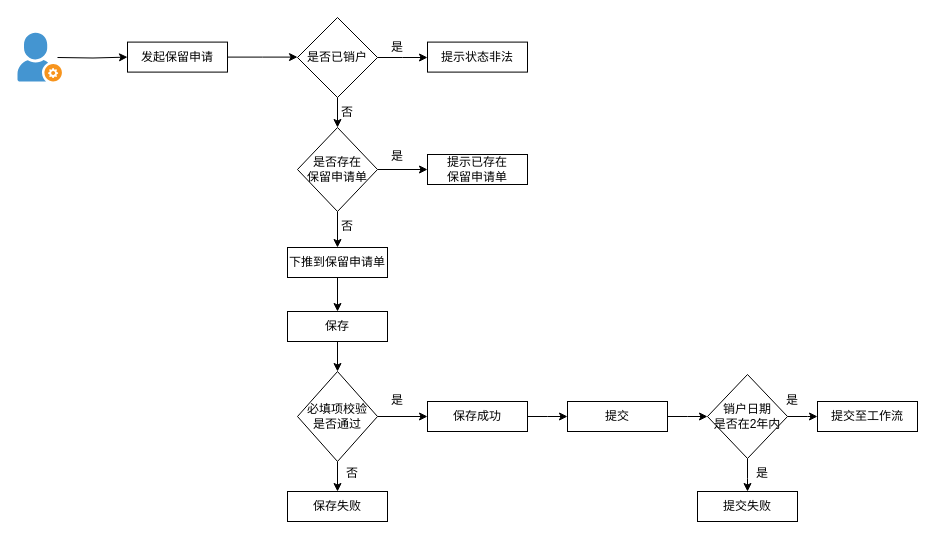
Above: dormant.drawio in Alphathur/diagram (draw.io), before the change. Source tidied: cells renumbered, new cells numbered last; positions are measured from the earlier drawing's top-left corner, leaving out a move shared by most shapes. Both pictures are drawn from the tidied source at 100%, with x=0, y=0 at pixel (17, 17).
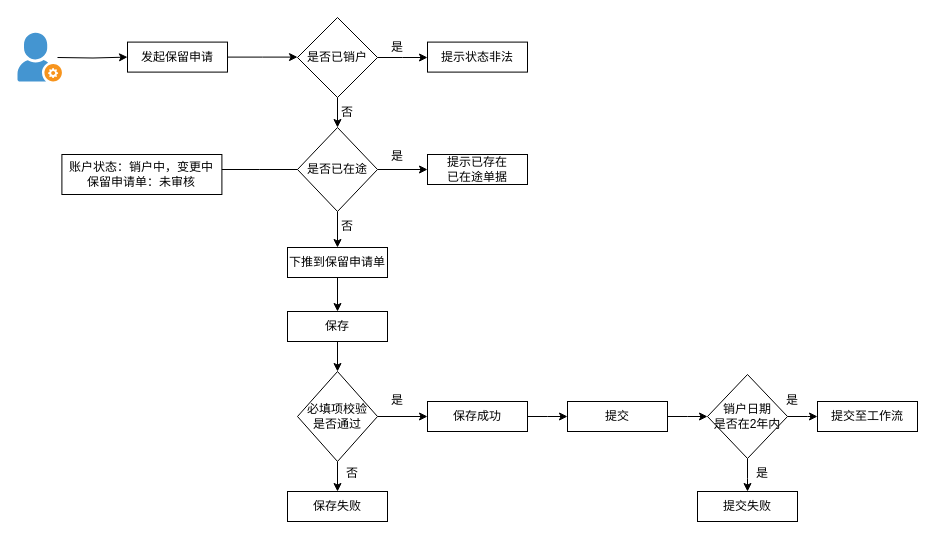
The same page after the edit.

Diff of the diagram source:
```diff
@@
-    <mxCell id="11" value="提示已存在&lt;br&gt;保留申请单" style="rounded=0;whiteSpace=wrap;html=1;" parent="1" vertex="1">
+    <mxCell id="11" value="提示已存在&lt;br&gt;已在途单据" style="rounded=0;whiteSpace=wrap;html=1;" parent="1" vertex="1">
       <mxGeometry x="410" y="137" width="100" height="30" as="geometry" />
     </mxCell>
@@
-    <mxCell id="14" value="是否存在&lt;br&gt;保留申请单" style="rhombus;whiteSpace=wrap;html=1;" parent="1" vertex="1">
+    <mxCell id="14" value="是否已在途" style="rhombus;whiteSpace=wrap;html=1;" parent="1" vertex="1">
       <mxGeometry x="280" y="110" width="80" height="84" as="geometry" />
     </mxCell>
@@
+    <mxCell id="39" value="账户状态：销户中，变更中&lt;br&gt;保留申请单：未审核" style="whiteSpace=wrap;html=1;align=center;verticalAlign=middle;newEdgeStyle={&quot;edgeStyle&quot;:&quot;elbowEdgeStyle&quot;,&quot;startArrow&quot;:&quot;none&quot;,&quot;endArrow&quot;:&quot;none&quot;};" parent="1" vertex="1">
+      <mxGeometry x="44.4" y="137" width="160" height="40" as="geometry" />
+    </mxCell>
+    <mxCell id="40" style="edgeStyle=elbowEdgeStyle;elbow=vertical;startArrow=none;endArrow=none;rounded=0;exitX=0;exitY=0.5;exitDx=0;exitDy=0;" parent="1" edge="1" source="14" target="39">
+      <mxGeometry relative="1" as="geometry" />
+    </mxCell>
```
